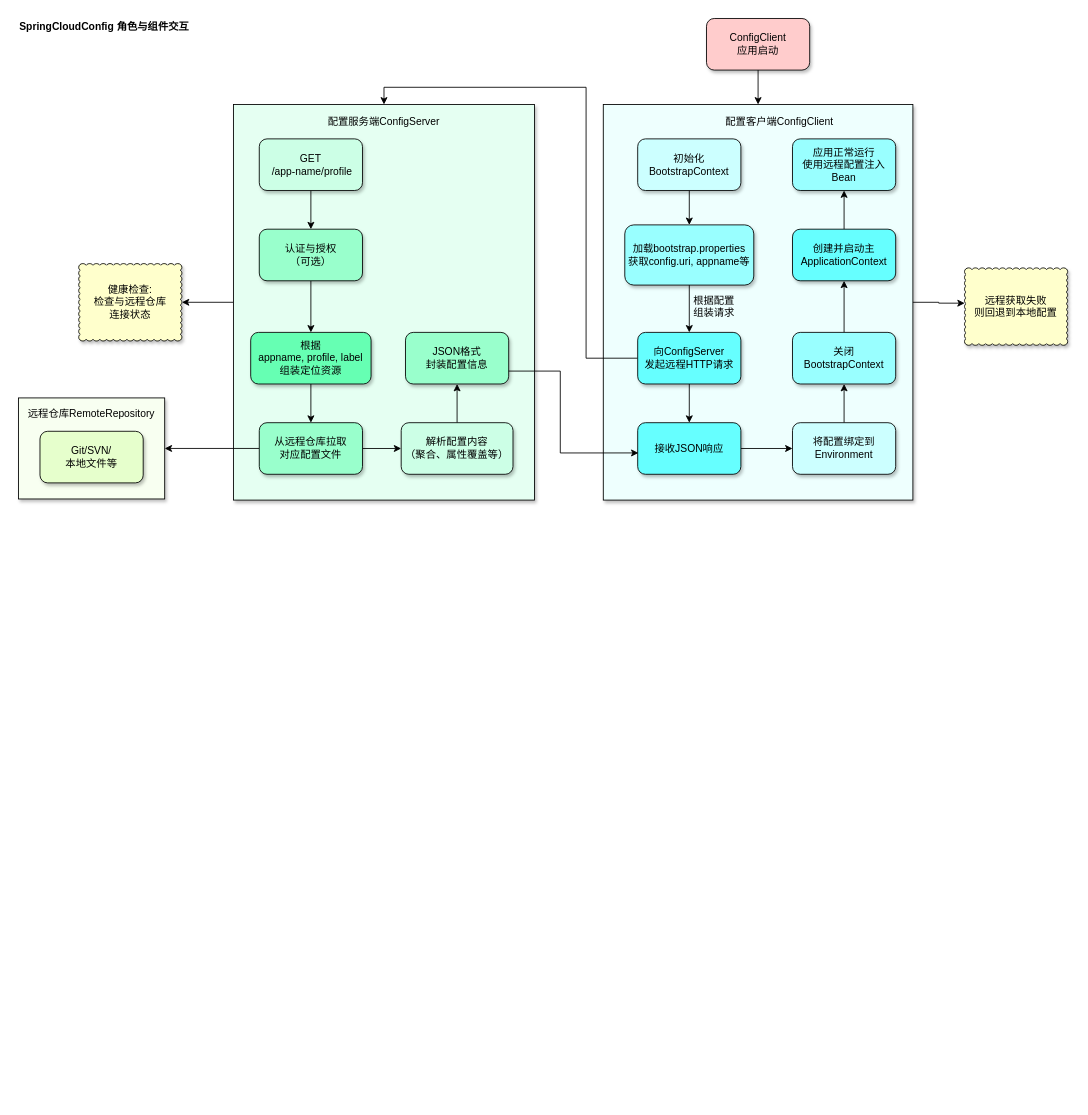
abigalexy/online_drawing keeps this draw.io diagram as achitecture_diagram/SpringCloudConfig底层原理.drawio. Above is the earlier version. Source tidied: cells renumbered, new cells numbered last; positions are measured from the earlier drawing's top-left corner, leaving out a move shared by most shapes. Both pictures are drawn from the tidied source at 86%, with x=0, y=0 at pixel (18, 18).
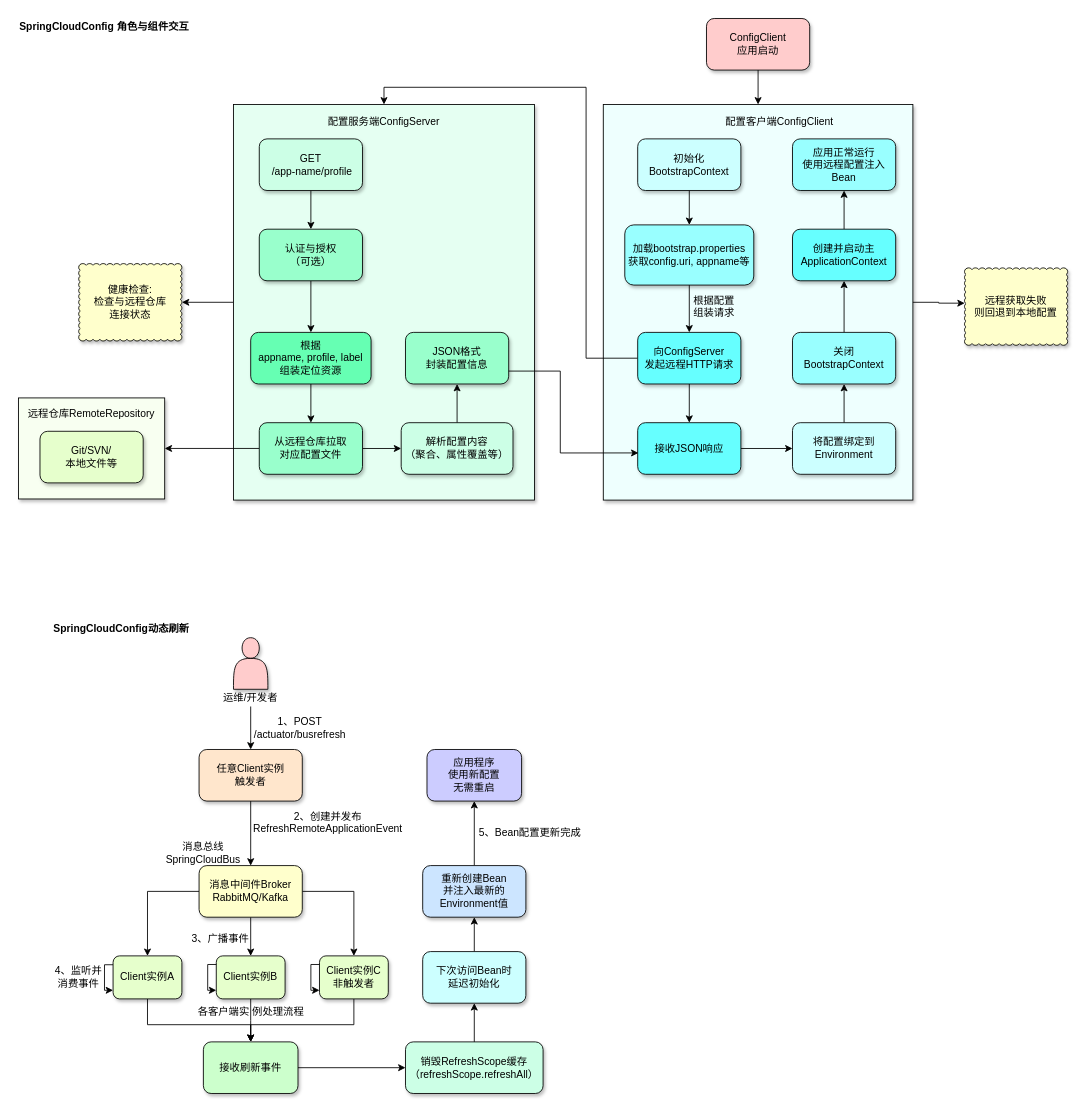
The same page after the edit.

Commit message:
更新SpringCloudConfig底层原理.drawio

Change to the diagram source:
```diff
@@
+    <mxCell id="47" style="group;" parent="1" vertex="1">
+      <mxGeometry x="40" y="700" width="620" height="550" as="geometry" />
+    </mxCell>
+    <mxCell id="48" style="group;" parent="47" vertex="1">
+      <mxGeometry y="20" width="620" height="530" as="geometry" />
+    </mxCell>
+    <mxCell id="49" style="shape=actor;whiteSpace=wrap;html=1;fillColor=#FFCCCC;shadow=1;" parent="48" vertex="1">
+      <mxGeometry x="210" width="40" height="60" as="geometry" />
+    </mxCell>
+    <mxCell id="50" style="edgeStyle=orthogonalEdgeStyle;rounded=0;jettySize=auto;html=1;entryX=0.5;entryY=0;entryDx=0;entryDy=0;" parent="48" edge="1" source="51" target="53">
+      <mxGeometry relative="1" as="geometry" />
+    </mxCell>
+    <mxCell id="51" value="运维/开发者" style="text;strokeColor=none;align=center;fillColor=none;html=1;verticalAlign=middle;whiteSpace=wrap;rounded=0;" parent="48" vertex="1">
+      <mxGeometry x="195" y="60" width="70" height="20" as="geometry" />
+    </mxCell>
+    <mxCell id="52" style="edgeStyle=orthogonalEdgeStyle;rounded=0;jettySize=auto;html=1;entryX=0.5;entryY=0;entryDx=0;entryDy=0;" parent="48" edge="1" source="53" target="58">
+      <mxGeometry relative="1" as="geometry" />
+    </mxCell>
+    <mxCell id="53" value="任意Client实例&lt;br&gt;触发者" style="rounded=1;whiteSpace=wrap;html=1;fillColor=#FFE6CC;shadow=1;" parent="48" vertex="1">
+      <mxGeometry x="170" y="130" width="120" height="60" as="geometry" />
+    </mxCell>
+    <mxCell id="54" value="1、POST&lt;br&gt;/actuator/busrefresh" style="text;strokeColor=none;align=center;fillColor=none;html=1;verticalAlign=middle;whiteSpace=wrap;rounded=0;" parent="48" vertex="1">
+      <mxGeometry x="230" y="90" width="115" height="30" as="geometry" />
+    </mxCell>
+    <mxCell id="55" style="edgeStyle=orthogonalEdgeStyle;rounded=0;jettySize=auto;html=1;entryX=0.5;entryY=0;entryDx=0;entryDy=0;" parent="48" edge="1" source="58" target="65">
+      <mxGeometry relative="1" as="geometry" />
+    </mxCell>
+    <mxCell id="56" style="edgeStyle=orthogonalEdgeStyle;rounded=0;jettySize=auto;html=1;entryX=0.5;entryY=0;entryDx=0;entryDy=0;" parent="48" edge="1" source="58" target="62">
+      <mxGeometry relative="1" as="geometry" />
+    </mxCell>
+    <mxCell id="57" style="edgeStyle=orthogonalEdgeStyle;rounded=0;jettySize=auto;html=1;entryX=0.5;entryY=0;entryDx=0;entryDy=0;" parent="48" edge="1" source="58" target="67">
+      <mxGeometry relative="1" as="geometry" />
+    </mxCell>
+    <mxCell id="58" value="消息中间件Broker&lt;br&gt;RabbitMQ/Kafka" style="rounded=1;whiteSpace=wrap;html=1;fillColor=#FFFFCC;shadow=1;" parent="48" vertex="1">
+      <mxGeometry x="170" y="265" width="120" height="60" as="geometry" />
+    </mxCell>
+    <mxCell id="59" value="消息总线&lt;br&gt;SpringCloudBus" style="text;strokeColor=none;align=center;fillColor=none;html=1;verticalAlign=middle;whiteSpace=wrap;rounded=0;" parent="48" vertex="1">
+      <mxGeometry x="130" y="235" width="90" height="30" as="geometry" />
+    </mxCell>
+    <mxCell id="60" style="edgeStyle=orthogonalEdgeStyle;rounded=0;orthogonalLoop=1;jettySize=auto;html=1;entryX=0;entryY=0.8;entryDx=0;entryDy=0;entryPerimeter=0;exitX=-0.001;exitY=0.206;exitDx=0;exitDy=0;exitPerimeter=0;" parent="48" edge="1" source="62" target="62">
+      <mxGeometry relative="1" as="geometry">
+        <Array as="points">
+          <mxPoint x="60" y="380" />
+          <mxPoint x="60" y="410" />
+        </Array>
+      </mxGeometry>
+    </mxCell>
+    <mxCell id="61" style="edgeStyle=orthogonalEdgeStyle;rounded=0;jettySize=auto;html=1;entryX=0.5;entryY=0;entryDx=0;entryDy=0;exitX=0.5;exitY=1;exitDx=0;exitDy=0;" parent="48" edge="1" source="62" target="70">
+      <mxGeometry relative="1" as="geometry">
+        <Array as="points">
+          <mxPoint x="110" y="450" />
+          <mxPoint x="230" y="450" />
+        </Array>
+      </mxGeometry>
+    </mxCell>
+    <mxCell id="62" value="Client实例A" style="rounded=1;whiteSpace=wrap;html=1;fillColor=#E6FFCC;shadow=1;" parent="48" vertex="1">
+      <mxGeometry x="70" y="370" width="80" height="50" as="geometry" />
+    </mxCell>
+    <mxCell id="63" value="2、创建并发布&lt;br&gt;RefreshRemoteApplicationEvent" style="text;strokeColor=none;align=center;fillColor=none;html=1;verticalAlign=middle;whiteSpace=wrap;rounded=0;" parent="48" vertex="1">
+      <mxGeometry x="230" y="200" width="180" height="30" as="geometry" />
+    </mxCell>
+    <mxCell id="64" style="edgeStyle=orthogonalEdgeStyle;rounded=0;jettySize=auto;html=1;" parent="48" edge="1" source="65">
+      <mxGeometry relative="1" as="geometry">
+        <mxPoint x="230" y="470" as="targetPoint" />
+      </mxGeometry>
+    </mxCell>
+    <mxCell id="65" value="Client实例B" style="rounded=1;whiteSpace=wrap;html=1;fillColor=#E6FFCC;shadow=1;" parent="48" vertex="1">
+      <mxGeometry x="190" y="370" width="80" height="50" as="geometry" />
+    </mxCell>
+    <mxCell id="66" style="edgeStyle=orthogonalEdgeStyle;rounded=0;jettySize=auto;html=1;entryX=0.5;entryY=0;entryDx=0;entryDy=0;exitX=0.5;exitY=1;exitDx=0;exitDy=0;" parent="48" edge="1" source="67" target="70">
+      <mxGeometry relative="1" as="geometry">
+        <Array as="points">
+          <mxPoint x="350" y="450" />
+          <mxPoint x="230" y="450" />
+        </Array>
+      </mxGeometry>
+    </mxCell>
+    <mxCell id="67" value="Client实例C&lt;br&gt;非触发者" style="rounded=1;whiteSpace=wrap;html=1;fillColor=#E6FFCC;shadow=1;" parent="48" vertex="1">
+      <mxGeometry x="310" y="370" width="80" height="50" as="geometry" />
+    </mxCell>
+    <mxCell id="68" value="3、广播事件" style="text;strokeColor=none;align=center;fillColor=none;html=1;verticalAlign=middle;whiteSpace=wrap;rounded=0;" parent="48" vertex="1">
+      <mxGeometry x="160" y="340" width="70" height="20" as="geometry" />
+    </mxCell>
+    <mxCell id="69" style="edgeStyle=orthogonalEdgeStyle;rounded=0;jettySize=auto;html=1;entryX=0;entryY=0.5;entryDx=0;entryDy=0;" parent="48" edge="1" source="70" target="75">
+      <mxGeometry relative="1" as="geometry" />
+    </mxCell>
+    <mxCell id="70" value="接收刷新事件" style="rounded=1;whiteSpace=wrap;html=1;fillColor=#CCFFCC;shadow=1;" parent="48" vertex="1">
+      <mxGeometry x="175" y="470" width="110" height="60" as="geometry" />
+    </mxCell>
+    <mxCell id="71" style="edgeStyle=orthogonalEdgeStyle;rounded=0;orthogonalLoop=1;jettySize=auto;html=1;entryX=0;entryY=0.8;entryDx=0;entryDy=0;entryPerimeter=0;exitX=-0.001;exitY=0.206;exitDx=0;exitDy=0;exitPerimeter=0;" parent="48" edge="1">
+      <mxGeometry relative="1" as="geometry">
+        <mxPoint x="190" y="380" as="sourcePoint" />
+        <mxPoint x="190" y="410" as="targetPoint" />
+        <Array as="points">
+          <mxPoint x="180" y="380" />
+          <mxPoint x="180" y="410" />
+        </Array>
+      </mxGeometry>
+    </mxCell>
+    <mxCell id="72" style="edgeStyle=orthogonalEdgeStyle;rounded=0;orthogonalLoop=1;jettySize=auto;html=1;entryX=0;entryY=0.8;entryDx=0;entryDy=0;entryPerimeter=0;exitX=-0.001;exitY=0.206;exitDx=0;exitDy=0;exitPerimeter=0;" parent="48" edge="1">
+      <mxGeometry relative="1" as="geometry">
+        <mxPoint x="310" y="380" as="sourcePoint" />
+        <mxPoint x="310" y="410" as="targetPoint" />
+        <Array as="points">
+          <mxPoint x="300" y="380" />
+          <mxPoint x="300" y="410" />
+        </Array>
+      </mxGeometry>
+    </mxCell>
+    <mxCell id="73" value="4、监听并消费事件" style="text;strokeColor=none;align=center;fillColor=none;html=1;verticalAlign=middle;whiteSpace=wrap;rounded=0;" parent="48" vertex="1">
+      <mxGeometry y="380" width="60" height="30" as="geometry" />
+    </mxCell>
+    <mxCell id="74" style="edgeStyle=orthogonalEdgeStyle;rounded=0;jettySize=auto;html=1;entryX=0.5;entryY=1;entryDx=0;entryDy=0;" parent="48" edge="1" source="75" target="77">
+      <mxGeometry relative="1" as="geometry" />
+    </mxCell>
+    <mxCell id="75" value="销毁RefreshScope缓存（refreshScope.refreshAll）" style="rounded=1;whiteSpace=wrap;html=1;fillColor=#CCFFE6;shadow=1;" parent="48" vertex="1">
+      <mxGeometry x="410" y="470" width="160" height="60" as="geometry" />
+    </mxCell>
+    <mxCell id="76" style="edgeStyle=orthogonalEdgeStyle;rounded=0;jettySize=auto;html=1;entryX=0.5;entryY=1;entryDx=0;entryDy=0;" parent="48" edge="1" source="77" target="79">
+      <mxGeometry relative="1" as="geometry" />
+    </mxCell>
+    <mxCell id="77" value="下次访问Bean时&lt;br&gt;延迟初始化" style="rounded=1;whiteSpace=wrap;html=1;fillColor=#CCFFFF;shadow=1;" parent="48" vertex="1">
+      <mxGeometry x="430" y="365" width="120" height="60" as="geometry" />
+    </mxCell>
+    <mxCell id="78" style="edgeStyle=orthogonalEdgeStyle;rounded=0;jettySize=auto;html=1;entryX=0.5;entryY=1;entryDx=0;entryDy=0;" parent="48" edge="1" source="79" target="81">
+      <mxGeometry relative="1" as="geometry" />
+    </mxCell>
+    <mxCell id="79" value="重新创建Bean&lt;br&gt;并注入最新的Environment值" style="rounded=1;whiteSpace=wrap;html=1;fillColor=#CCE5FF;shadow=1;" parent="48" vertex="1">
+      <mxGeometry x="430" y="265" width="120" height="60" as="geometry" />
+    </mxCell>
+    <mxCell id="80" value="各客户端实 例处理流程" style="text;strokeColor=none;align=center;fillColor=none;html=1;verticalAlign=middle;whiteSpace=wrap;rounded=0;" parent="48" vertex="1">
+      <mxGeometry x="157.5" y="430" width="145" height="10" as="geometry" />
+    </mxCell>
+    <mxCell id="81" value="应用程序&lt;br&gt;使用新配置&lt;br&gt;无需重启" style="rounded=1;whiteSpace=wrap;html=1;fillColor=#CCCCFF;shadow=1;" parent="48" vertex="1">
+      <mxGeometry x="435" y="130" width="110" height="60" as="geometry" />
+    </mxCell>
+    <mxCell id="82" value="5、Bean配置更新完成" style="text;strokeColor=none;align=center;fillColor=none;html=1;verticalAlign=middle;whiteSpace=wrap;rounded=0;" parent="48" vertex="1">
+      <mxGeometry x="490" y="219" width="130" height="16" as="geometry" />
+    </mxCell>
+    <mxCell id="83" value="&lt;b&gt;SpringCloudConfig动态刷新&lt;/b&gt;" style="text;strokeColor=none;align=center;fillColor=none;html=1;verticalAlign=middle;whiteSpace=wrap;rounded=0;" parent="47" vertex="1">
+      <mxGeometry width="160" height="20" as="geometry" />
+    </mxCell>
```
